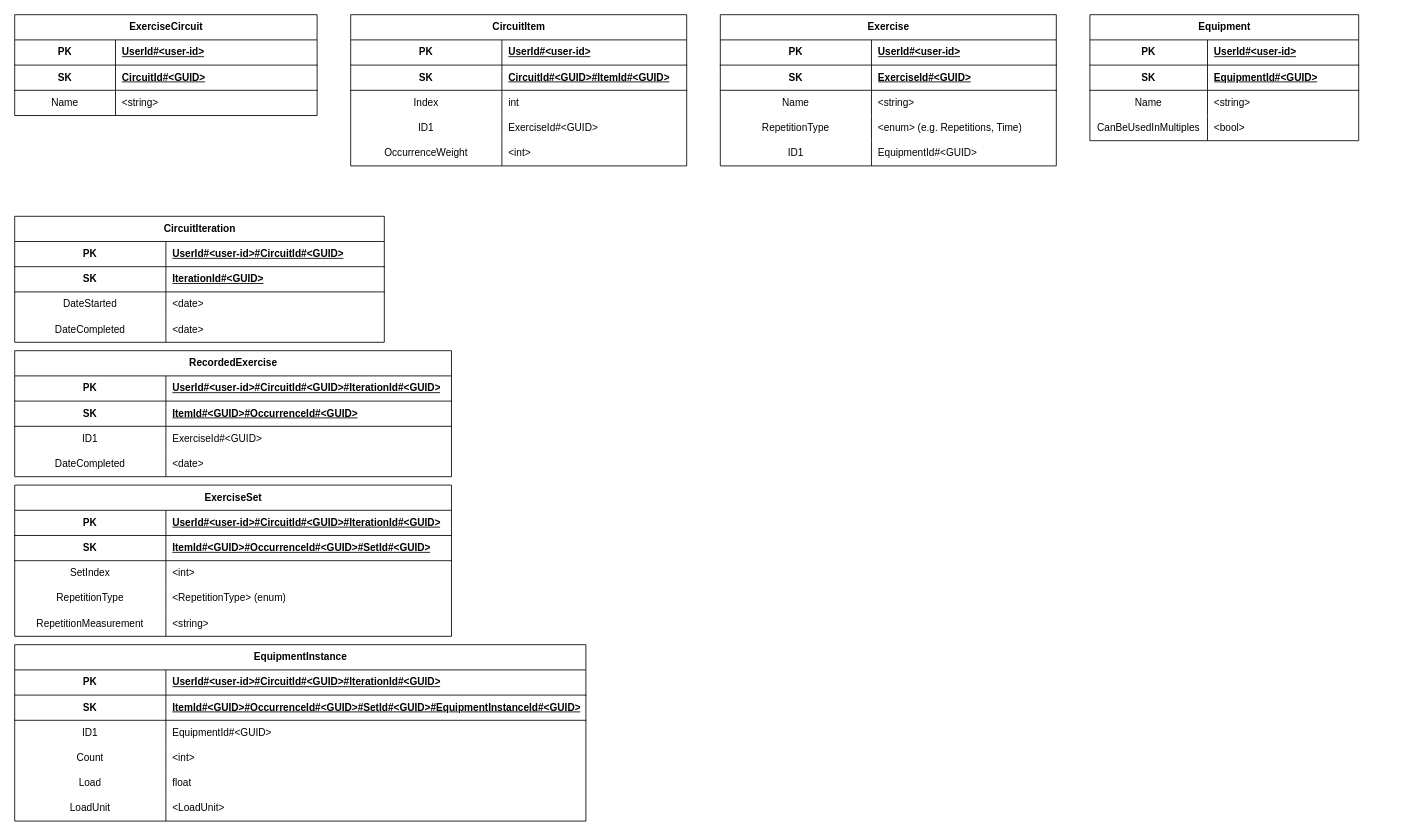
Above: Documents/dynamodb-models.drawio in TankSlayer1337/circuits-backend (draw.io), before the change. Source tidied: cells renumbered, new cells numbered last; positions are measured from the earlier drawing's top-left corner, leaving out a move shared by most shapes. Both pictures are drawn from the tidied source at 84%, with x=0, y=0 at pixel (14, 14).
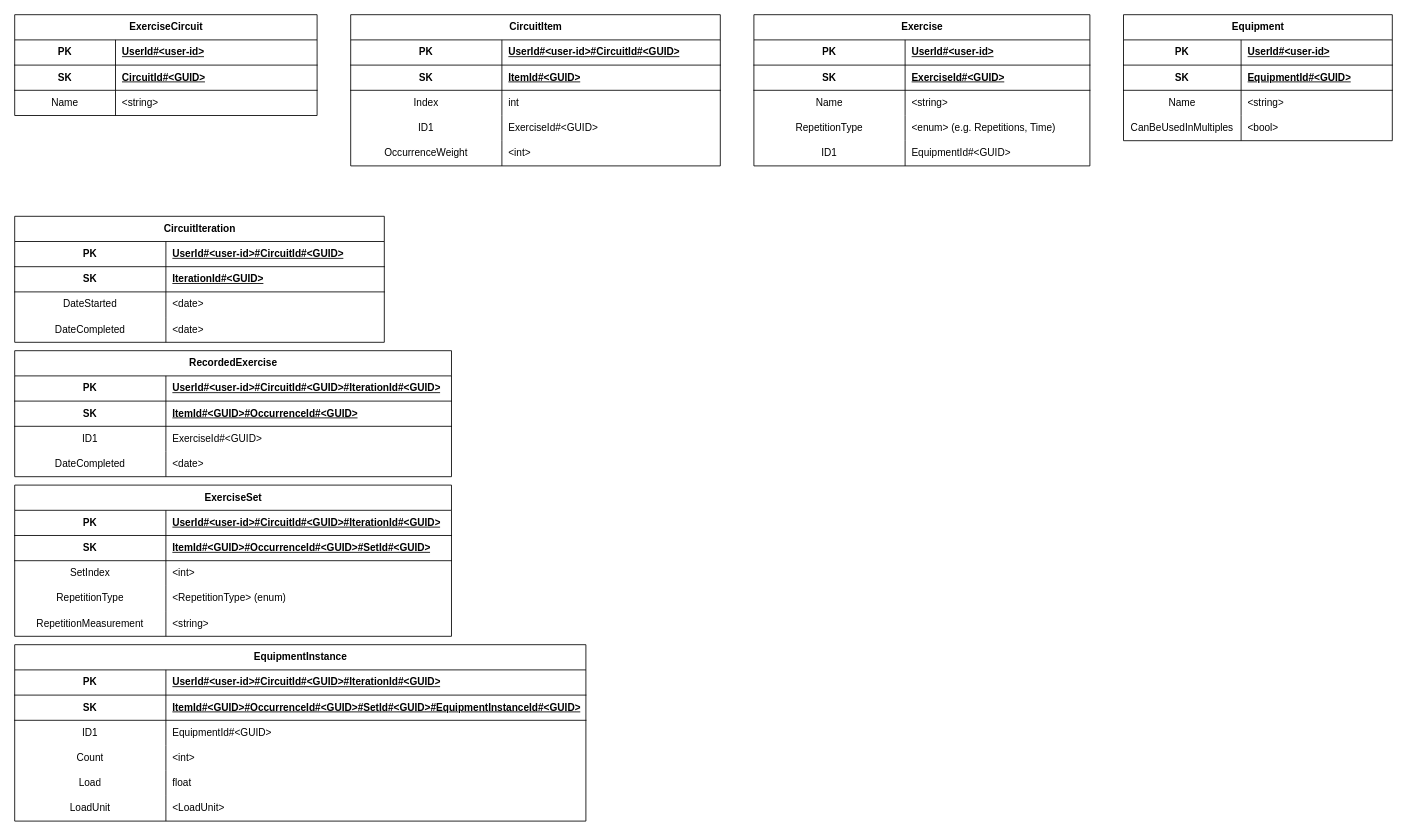
The same page after the edit.

Change to the diagram source:
```diff
@@
     <mxCell id="12" value="CircuitItem" style="shape=table;startSize=30;childLayout=tableLayout;rowLines=0;fontStyle=1;align=center;html=1;" parent="1" vertex="1">
-      <mxGeometry x="400" width="400" height="180" as="geometry" />
+      <mxGeometry x="400" width="440" height="180" as="geometry" />
     </mxCell>
     <mxCell id="13" style="shape=tableRow;horizontal=0;startSize=0;swimlaneHead=0;swimlaneBody=0;fillColor=none;top=0;left=0;right=0;bottom=1;" parent="12" vertex="1">
-      <mxGeometry y="30" width="400" height="30" as="geometry" />
+      <mxGeometry y="30" width="440" height="30" as="geometry" />
     </mxCell>
@@
-    <mxCell id="15" value="UserId#&amp;lt;user-id&amp;gt;" style="shape=partialRectangle;fillColor=none;top=0;left=0;bottom=0;right=0;align=left;spacingLeft=6;fontStyle=5;overflow=hidden;whiteSpace=wrap;html=1;" parent="13" vertex="1">
-      <mxGeometry x="180" width="220" height="30" as="geometry" />
+    <mxCell id="15" value="UserId#&amp;lt;user-id&amp;gt;#CircuitId#&amp;lt;GUID&amp;gt;" style="shape=partialRectangle;fillColor=none;top=0;left=0;bottom=0;right=0;align=left;spacingLeft=6;fontStyle=5;overflow=hidden;whiteSpace=wrap;html=1;" parent="13" vertex="1">
+      <mxGeometry x="180" width="260" height="30" as="geometry" />
     </mxCell>
     <mxCell id="16" style="shape=tableRow;horizontal=0;startSize=0;swimlaneHead=0;swimlaneBody=0;fillColor=none;top=0;left=0;right=0;bottom=1;" parent="12" vertex="1">
-      <mxGeometry y="60" width="400" height="30" as="geometry" />
+      <mxGeometry y="60" width="440" height="30" as="geometry" />
     </mxCell>
@@
-    <mxCell id="18" value="CircuitId#&amp;lt;GUID&amp;gt;#ItemId#&amp;lt;GUID&amp;gt;" style="shape=partialRectangle;fillColor=none;top=0;left=0;bottom=0;right=0;align=left;spacingLeft=6;fontStyle=5;overflow=hidden;whiteSpace=wrap;html=1;" parent="16" vertex="1">
-      <mxGeometry x="180" width="220" height="30" as="geometry" />
+    <mxCell id="18" value="ItemId#&amp;lt;GUID&amp;gt;" style="shape=partialRectangle;fillColor=none;top=0;left=0;bottom=0;right=0;align=left;spacingLeft=6;fontStyle=5;overflow=hidden;whiteSpace=wrap;html=1;" parent="16" vertex="1">
+      <mxGeometry x="180" width="260" height="30" as="geometry" />
     </mxCell>
     <mxCell id="19" style="shape=tableRow;horizontal=0;startSize=0;swimlaneHead=0;swimlaneBody=0;fillColor=none;top=0;left=0;right=0;bottom=0;" parent="12" vertex="1">
-      <mxGeometry y="90" width="400" height="30" as="geometry" />
+      <mxGeometry y="90" width="440" height="30" as="geometry" />
     </mxCell>
@@
     <mxCell id="21" value="int" style="shape=partialRectangle;fillColor=none;top=0;left=0;bottom=0;right=0;align=left;spacingLeft=6;overflow=hidden;whiteSpace=wrap;html=1;" parent="19" vertex="1">
-      <mxGeometry x="180" width="220" height="30" as="geometry" />
+      <mxGeometry x="180" width="260" height="30" as="geometry" />
     </mxCell>
     <mxCell id="22" style="shape=tableRow;horizontal=0;startSize=0;swimlaneHead=0;swimlaneBody=0;fillColor=none;top=0;left=0;right=0;bottom=0;" parent="12" vertex="1">
-      <mxGeometry y="120" width="400" height="30" as="geometry" />
+      <mxGeometry y="120" width="440" height="30" as="geometry" />
     </mxCell>
@@
     <mxCell id="24" value="ExerciseId#&amp;lt;GUID&amp;gt;" style="shape=partialRectangle;fillColor=none;top=0;left=0;bottom=0;right=0;align=left;spacingLeft=6;overflow=hidden;whiteSpace=wrap;html=1;" parent="22" vertex="1">
-      <mxGeometry x="180" width="220" height="30" as="geometry" />
+      <mxGeometry x="180" width="260" height="30" as="geometry" />
     </mxCell>
     <mxCell id="25" style="shape=tableRow;horizontal=0;startSize=0;swimlaneHead=0;swimlaneBody=0;fillColor=none;top=0;left=0;right=0;bottom=0;" parent="12" vertex="1">
-      <mxGeometry y="150" width="400" height="30" as="geometry" />
+      <mxGeometry y="150" width="440" height="30" as="geometry" />
     </mxCell>
@@
     <mxCell id="27" value="&amp;lt;int&amp;gt;" style="shape=partialRectangle;fillColor=none;top=0;left=0;bottom=0;right=0;align=left;spacingLeft=6;overflow=hidden;whiteSpace=wrap;html=1;" parent="25" vertex="1">
-      <mxGeometry x="180" width="220" height="30" as="geometry" />
+      <mxGeometry x="180" width="260" height="30" as="geometry" />
     </mxCell>
     <mxCell id="28" value="Exercise" style="shape=table;startSize=30;childLayout=tableLayout;rowLines=0;fontStyle=1;align=center;html=1;" parent="1" vertex="1">
-      <mxGeometry x="840" width="400" height="180" as="geometry" />
+      <mxGeometry x="880" width="400" height="180" as="geometry" />
     </mxCell>
@@
     <mxCell id="44" value="Equipment" style="shape=table;startSize=30;childLayout=tableLayout;rowLines=0;fontStyle=1;align=center;html=1;" parent="1" vertex="1">
-      <mxGeometry x="1280" width="320" height="150" as="geometry" />
+      <mxGeometry x="1320" width="320" height="150" as="geometry" />
     </mxCell>
```
